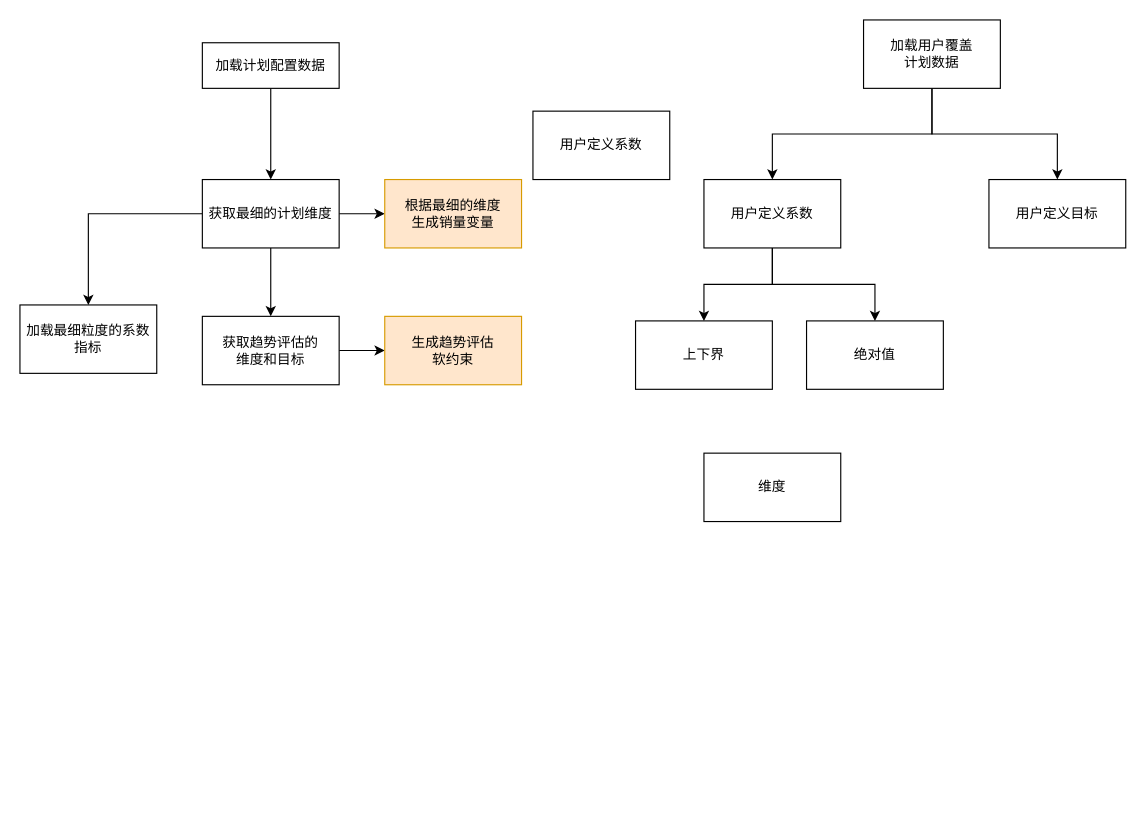
daminli/charts keeps this draw.io diagram as page "流程图" (2 of 2) of Untitled Diagram.drawio. Above is the earlier version. Source tidied: cells renumbered, new cells numbered last; positions are measured from the earlier drawing's top-left corner, leaving out a move shared by most shapes. Both pictures are drawn from the tidied source at 114%, with x=0, y=0 at pixel (19, 19).
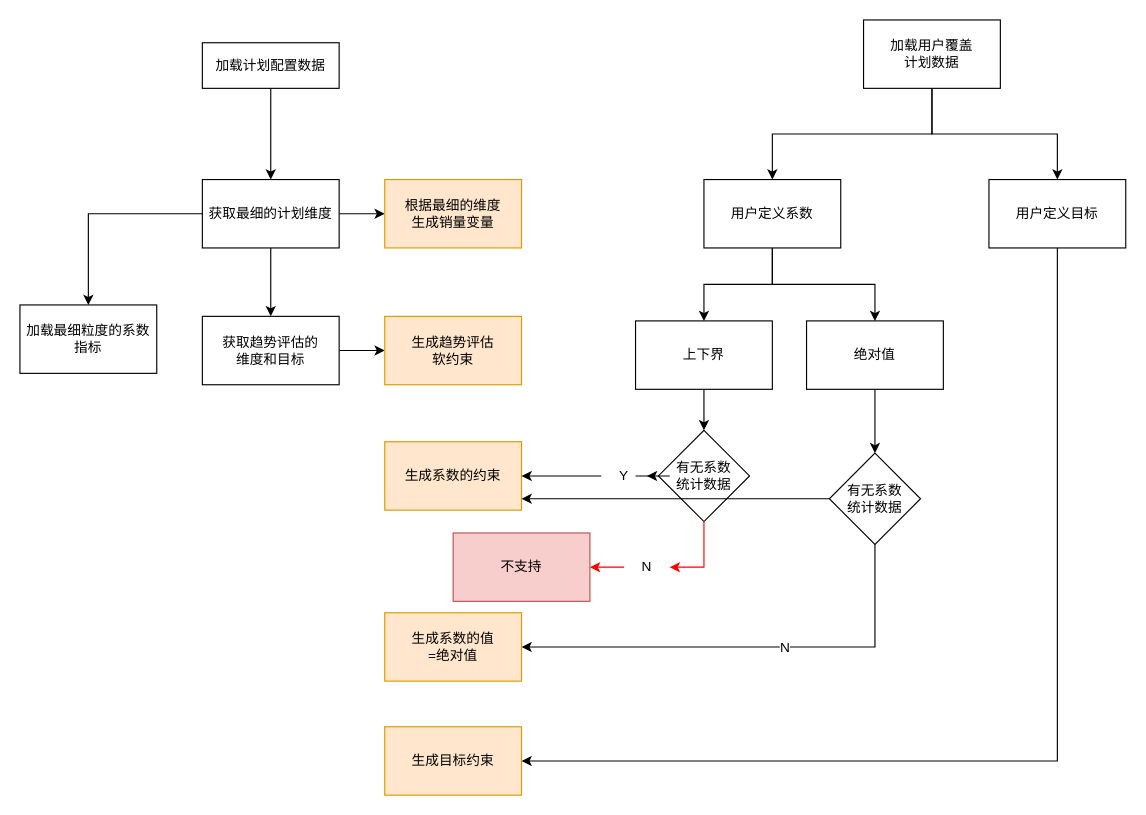
The same page after the edit.

The change refers to these unchanged cells:
```xml
<mxCell id="13" value="用户定义目标" style="rounded=0;whiteSpace=wrap;html=1;" parent="1" vertex="1">
  <mxGeometry x="850" y="140" width="120" height="60" as="geometry" />
</mxCell>
<mxCell id="17" value="上下界" style="rounded=0;whiteSpace=wrap;html=1;" parent="1" vertex="1">
  <mxGeometry x="540" y="264" width="120" height="60" as="geometry" />
</mxCell>
<mxCell id="18" value="绝对值" style="rounded=0;whiteSpace=wrap;html=1;" parent="1" vertex="1">
  <mxGeometry x="690" y="264" width="120" height="60" as="geometry" />
</mxCell>
```

Change to the diagram source:
```diff
@@
+    <mxCell id="24" style="edgeStyle=orthogonalEdgeStyle;rounded=0;jettySize=auto;html=1;entryX=1;entryY=0.5;entryDx=0;entryDy=0;" parent="1" edge="1" source="13" target="28">
+      <mxGeometry relative="1" as="geometry">
+        <Array as="points">
+          <mxPoint x="910" y="650" />
+        </Array>
+      </mxGeometry>
+    </mxCell>
@@
+    <mxCell id="25" style="edgeStyle=orthogonalEdgeStyle;rounded=0;jettySize=auto;html=1;exitX=0.5;exitY=1;exitDx=0;exitDy=0;" parent="1" edge="1" source="17" target="30">
+      <mxGeometry relative="1" as="geometry" />
+    </mxCell>
@@
+    <mxCell id="26" style="edgeStyle=orthogonalEdgeStyle;rounded=0;jettySize=auto;html=1;exitX=0.5;exitY=1;exitDx=0;exitDy=0;entryX=0.5;entryY=0;entryDx=0;entryDy=0;" parent="1" edge="1" source="18" target="40">
+      <mxGeometry relative="1" as="geometry" />
+    </mxCell>
@@
-    <mxCell id="19" value="维度" style="rounded=0;whiteSpace=wrap;html=1;" parent="1" vertex="1">
-      <mxGeometry x="600" y="380" width="120" height="60" as="geometry" />
-    </mxCell>
@@
-    <mxCell id="23" value="用户定义系数" style="rounded=0;whiteSpace=wrap;html=1;" parent="1" vertex="1">
-      <mxGeometry x="450" y="80" width="120" height="60" as="geometry" />
-    </mxCell>
+    <mxCell id="27" value="生成系数的约束" style="rounded=0;whiteSpace=wrap;html=1;fillColor=#ffe6cc;strokeColor=#d79b00;" parent="1" vertex="1">
+      <mxGeometry x="320" y="370" width="120" height="60" as="geometry" />
+    </mxCell>
+    <mxCell id="28" value="生成目标约束" style="rounded=0;whiteSpace=wrap;html=1;fillColor=#ffe6cc;strokeColor=#d79b00;" parent="1" vertex="1">
+      <mxGeometry x="320" y="620" width="120" height="60" as="geometry" />
+    </mxCell>
+    <mxCell id="29" style="edgeStyle=orthogonalEdgeStyle;rounded=0;jettySize=auto;html=1;exitX=0;exitY=0.5;exitDx=0;exitDy=0;" parent="1" edge="1" source="31" target="27">
+      <mxGeometry relative="1" as="geometry" />
+    </mxCell>
+    <mxCell id="30" value="有无系数&lt;br&gt;统计数据" style="rhombus;whiteSpace=wrap;html=1;" parent="1" vertex="1">
+      <mxGeometry x="560" y="360" width="80" height="80" as="geometry" />
+    </mxCell>
+    <mxCell id="31" value="Y" style="text;html=1;strokeColor=none;fillColor=none;align=center;verticalAlign=middle;whiteSpace=wrap;rounded=0;" parent="1" vertex="1">
+      <mxGeometry x="510" y="390" width="40" height="20" as="geometry" />
+    </mxCell>
+    <mxCell id="32" style="edgeStyle=orthogonalEdgeStyle;rounded=0;jettySize=auto;html=1;exitX=0;exitY=0.5;exitDx=0;exitDy=0;" parent="1" edge="1" source="30" target="31">
+      <mxGeometry relative="1" as="geometry" />
+    </mxCell>
+    <mxCell id="33" value="不支持" style="rounded=0;whiteSpace=wrap;html=1;fillColor=#f8cecc;strokeColor=#b85450;" parent="1" vertex="1">
+      <mxGeometry x="380" y="450" width="120" height="60" as="geometry" />
+    </mxCell>
+    <mxCell id="34" style="edgeStyle=orthogonalEdgeStyle;rounded=0;jettySize=auto;html=1;strokeColor=#FF0000;" parent="1" edge="1" source="35" target="33">
+      <mxGeometry relative="1" as="geometry" />
+    </mxCell>
+    <mxCell id="35" value="N" style="text;html=1;strokeColor=none;fillColor=none;align=center;verticalAlign=middle;whiteSpace=wrap;rounded=0;" parent="1" vertex="1">
+      <mxGeometry x="530" y="470" width="40" height="20" as="geometry" />
+    </mxCell>
+    <mxCell id="36" style="edgeStyle=orthogonalEdgeStyle;rounded=0;jettySize=auto;html=1;exitX=0.5;exitY=1;exitDx=0;exitDy=0;entryX=1;entryY=0.5;entryDx=0;entryDy=0;strokeColor=#FF0000;" parent="1" edge="1" source="30" target="35">
+      <mxGeometry relative="1" as="geometry" />
+    </mxCell>
+    <mxCell id="37" style="edgeStyle=orthogonalEdgeStyle;rounded=0;jettySize=auto;html=1;exitX=0;exitY=0.5;exitDx=0;exitDy=0;strokeColor=#000000;" parent="1" edge="1" source="40" target="27">
+      <mxGeometry relative="1" as="geometry">
+        <Array as="points">
+          <mxPoint x="710" y="420" />
+        </Array>
+      </mxGeometry>
+    </mxCell>
+    <mxCell id="38" style="edgeStyle=orthogonalEdgeStyle;rounded=0;jettySize=auto;html=1;exitX=0.5;exitY=1;exitDx=0;exitDy=0;entryX=1;entryY=0.5;entryDx=0;entryDy=0;strokeColor=#000000;" parent="1" edge="1" source="40" target="41">
+      <mxGeometry relative="1" as="geometry" />
+    </mxCell>
+    <mxCell id="39" value="N" style="text;html=1;align=center;verticalAlign=middle;labelBackgroundColor=#ffffff;" parent="38" vertex="1">
+      <mxGeometry x="-0.15" relative="1" as="geometry" />
+    </mxCell>
+    <mxCell id="40" value="有无系数&lt;br&gt;统计数据" style="rhombus;whiteSpace=wrap;html=1;" parent="1" vertex="1">
+      <mxGeometry x="710" y="380" width="80" height="80" as="geometry" />
+    </mxCell>
+    <mxCell id="41" value="生成系数的值&lt;br&gt;=绝对值" style="rounded=0;whiteSpace=wrap;html=1;fillColor=#ffe6cc;strokeColor=#d79b00;" parent="1" vertex="1">
+      <mxGeometry x="320" y="520" width="120" height="60" as="geometry" />
+    </mxCell>
```
